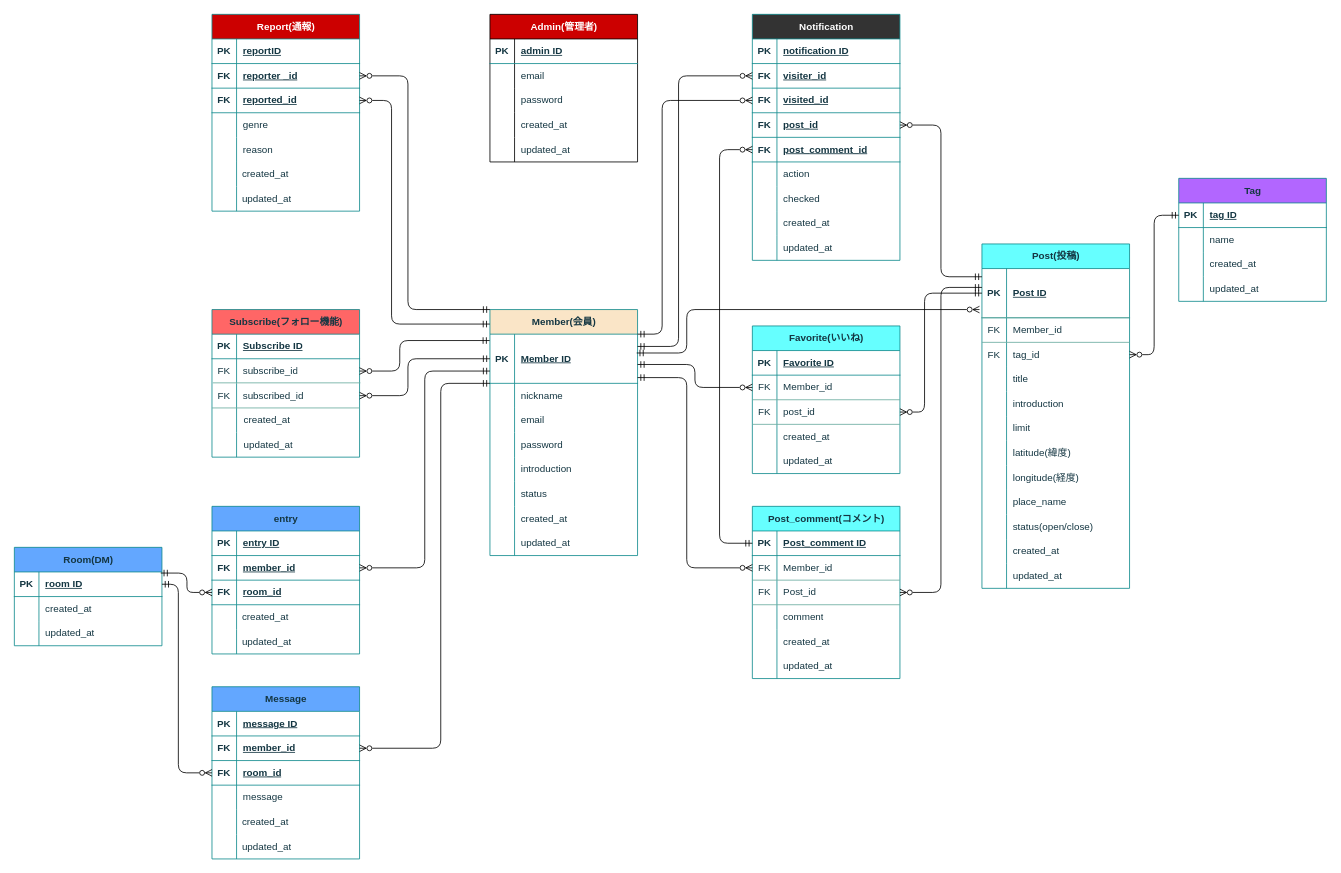
Before: Tabekiro-uo_ER_map.drawio in yuna096740/ER_practice, a draw.io diagram. Source tidied: cells renumbered, new cells numbered last; positions are measured from the earlier drawing's top-left corner, leaving out a move shared by most shapes. Both pictures are drawn from the tidied source at 82%, with x=0, y=0 at pixel (14, 14).
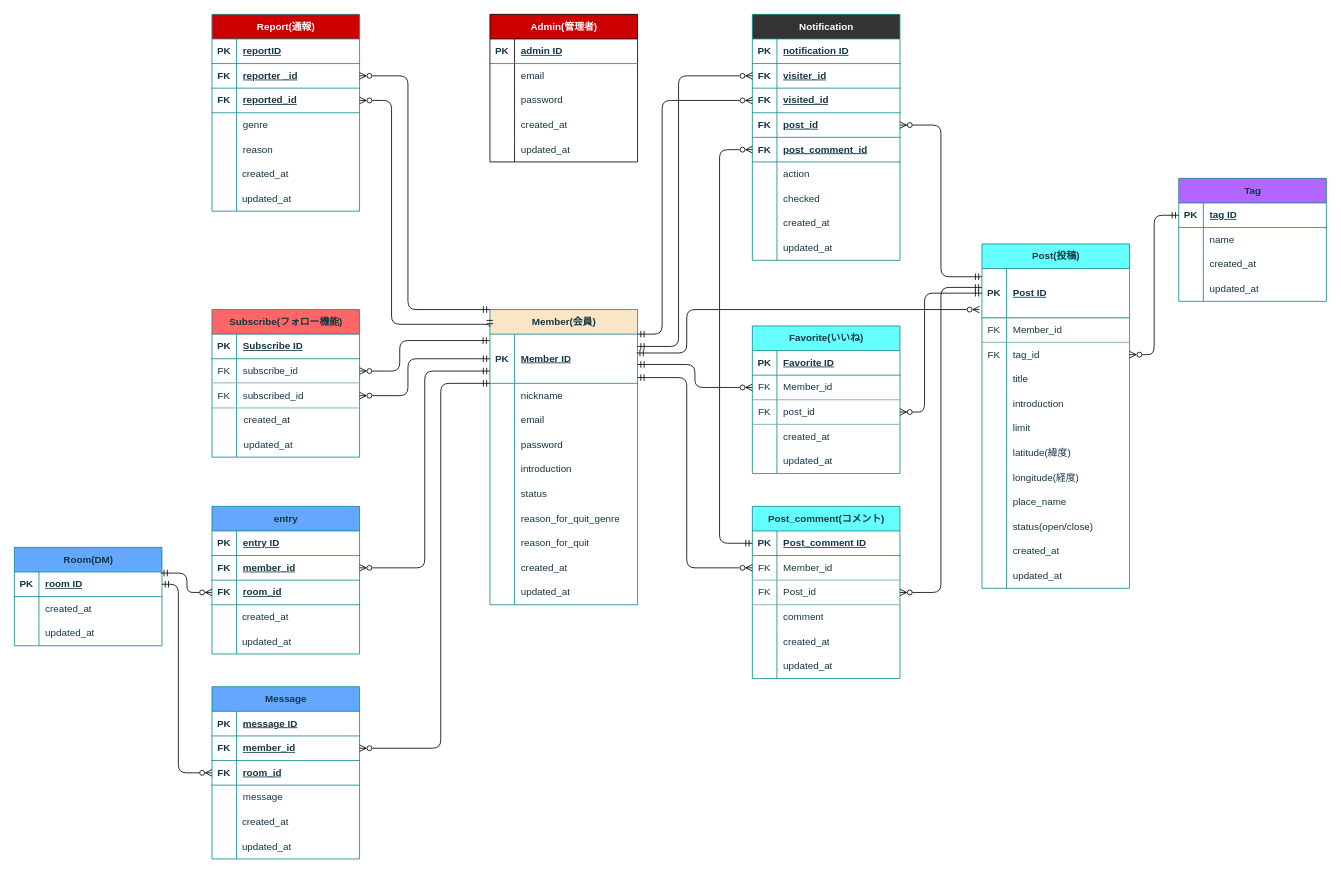
After the change.

Commit message:
Tabekiro-uo_ER_map.drawio を更新します

Change to the diagram source:
```diff
@@
     <mxCell id="170" value="Member(会員)" style="shape=table;startSize=30;childLayout=tableLayout;rowLines=0;fontStyle=1;align=center;html=1;fillColor=#FAE5C7;strokeColor=#0F8B8D;labelBackgroundColor=none;fontColor=#143642;rounded=0;" parent="1" vertex="1">
-      <mxGeometry x="580" y="360" width="180" height="300" as="geometry" />
+      <mxGeometry x="580" y="360" width="180" height="360" as="geometry" />
     </mxCell>
@@
+    <mxCell id="292" style="shape=tableRow;horizontal=0;startSize=0;swimlaneHead=0;swimlaneBody=0;fillColor=none;top=0;left=0;right=0;bottom=0;labelBackgroundColor=none;strokeColor=#0F8B8D;fontColor=#143642;rounded=0;" parent="170" vertex="1">
+      <mxGeometry y="240" width="180" height="30" as="geometry" />
+    </mxCell>
+    <mxCell id="293" style="shape=partialRectangle;fillColor=none;top=0;left=0;bottom=0;right=0;overflow=hidden;whiteSpace=wrap;html=1;labelBackgroundColor=none;strokeColor=#0F8B8D;fontColor=#143642;rounded=0;" parent="292" vertex="1">
+      <mxGeometry width="30" height="30" as="geometry" />
+    </mxCell>
+    <mxCell id="294" value="reason_for_quit_genre" style="shape=partialRectangle;fillColor=none;top=0;left=0;bottom=0;right=0;align=left;spacingLeft=6;overflow=hidden;whiteSpace=wrap;html=1;labelBackgroundColor=none;strokeColor=#0F8B8D;fontColor=#143642;rounded=0;" parent="292" vertex="1">
+      <mxGeometry x="30" width="150" height="30" as="geometry" />
+    </mxCell>
+    <mxCell id="295" style="shape=tableRow;horizontal=0;startSize=0;swimlaneHead=0;swimlaneBody=0;fillColor=none;top=0;left=0;right=0;bottom=0;labelBackgroundColor=none;strokeColor=#0F8B8D;fontColor=#143642;rounded=0;" parent="170" vertex="1">
+      <mxGeometry y="270" width="180" height="30" as="geometry" />
+    </mxCell>
+    <mxCell id="296" style="shape=partialRectangle;fillColor=none;top=0;left=0;bottom=0;right=0;overflow=hidden;whiteSpace=wrap;html=1;labelBackgroundColor=none;strokeColor=#0F8B8D;fontColor=#143642;rounded=0;" parent="295" vertex="1">
+      <mxGeometry width="30" height="30" as="geometry" />
+    </mxCell>
+    <mxCell id="297" value="reason_for_quit" style="shape=partialRectangle;fillColor=none;top=0;left=0;bottom=0;right=0;align=left;spacingLeft=6;overflow=hidden;whiteSpace=wrap;html=1;labelBackgroundColor=none;strokeColor=#0F8B8D;fontColor=#143642;rounded=0;" parent="295" vertex="1">
+      <mxGeometry x="30" width="150" height="30" as="geometry" />
+    </mxCell>
     <mxCell id="189" style="shape=tableRow;horizontal=0;startSize=0;swimlaneHead=0;swimlaneBody=0;fillColor=none;top=0;left=0;right=0;bottom=0;labelBackgroundColor=none;strokeColor=#0F8B8D;fontColor=#143642;rounded=0;" parent="170" vertex="1">
-      <mxGeometry y="240" width="180" height="30" as="geometry" />
+      <mxGeometry y="300" width="180" height="30" as="geometry" />
     </mxCell>
@@
     <mxCell id="192" style="shape=tableRow;horizontal=0;startSize=0;swimlaneHead=0;swimlaneBody=0;fillColor=none;top=0;left=0;right=0;bottom=0;labelBackgroundColor=none;strokeColor=#0F8B8D;fontColor=#143642;rounded=0;" parent="170" vertex="1">
-      <mxGeometry y="270" width="180" height="30" as="geometry" />
+      <mxGeometry y="330" width="180" height="30" as="geometry" />
     </mxCell>
@@
     <mxCell id="215" value="created_at" style="shape=partialRectangle;fillColor=none;top=0;left=0;bottom=0;right=0;align=left;spacingLeft=6;overflow=hidden;whiteSpace=wrap;html=1;labelBackgroundColor=none;strokeColor=#0F8B8D;fontColor=#143642;rounded=0;" parent="1" vertex="1">
-      <mxGeometry x="610" y="600" width="150" height="30" as="geometry" />
+      <mxGeometry x="610" y="660" width="150" height="30" as="geometry" />
     </mxCell>
     <mxCell id="216" value="updated_at" style="shape=partialRectangle;fillColor=none;top=0;left=0;bottom=0;right=0;align=left;spacingLeft=6;overflow=hidden;whiteSpace=wrap;html=1;labelBackgroundColor=none;strokeColor=#0F8B8D;fontColor=#143642;rounded=0;" parent="1" vertex="1">
-      <mxGeometry x="610" y="630" width="150" height="30" as="geometry" />
+      <mxGeometry x="610" y="690" width="150" height="30" as="geometry" />
     </mxCell>
```
